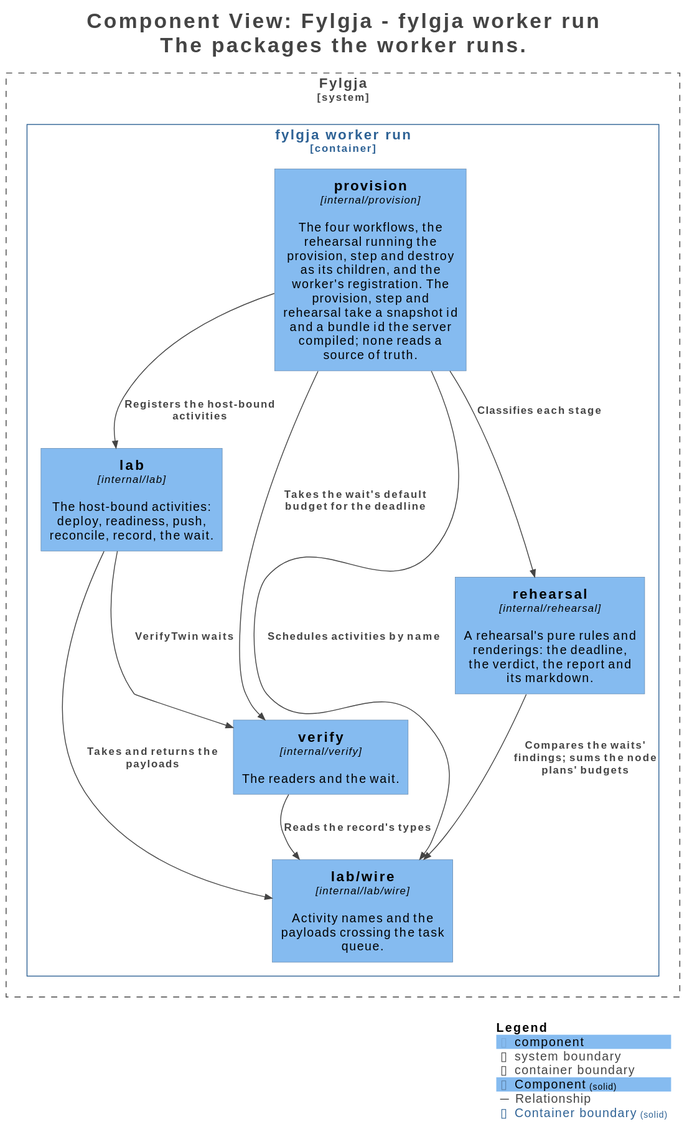
Before: docs/c4/structurizr-WorkerComponents.svg, a diagram exported from PlantUML (happypathnetworking/fylgja).
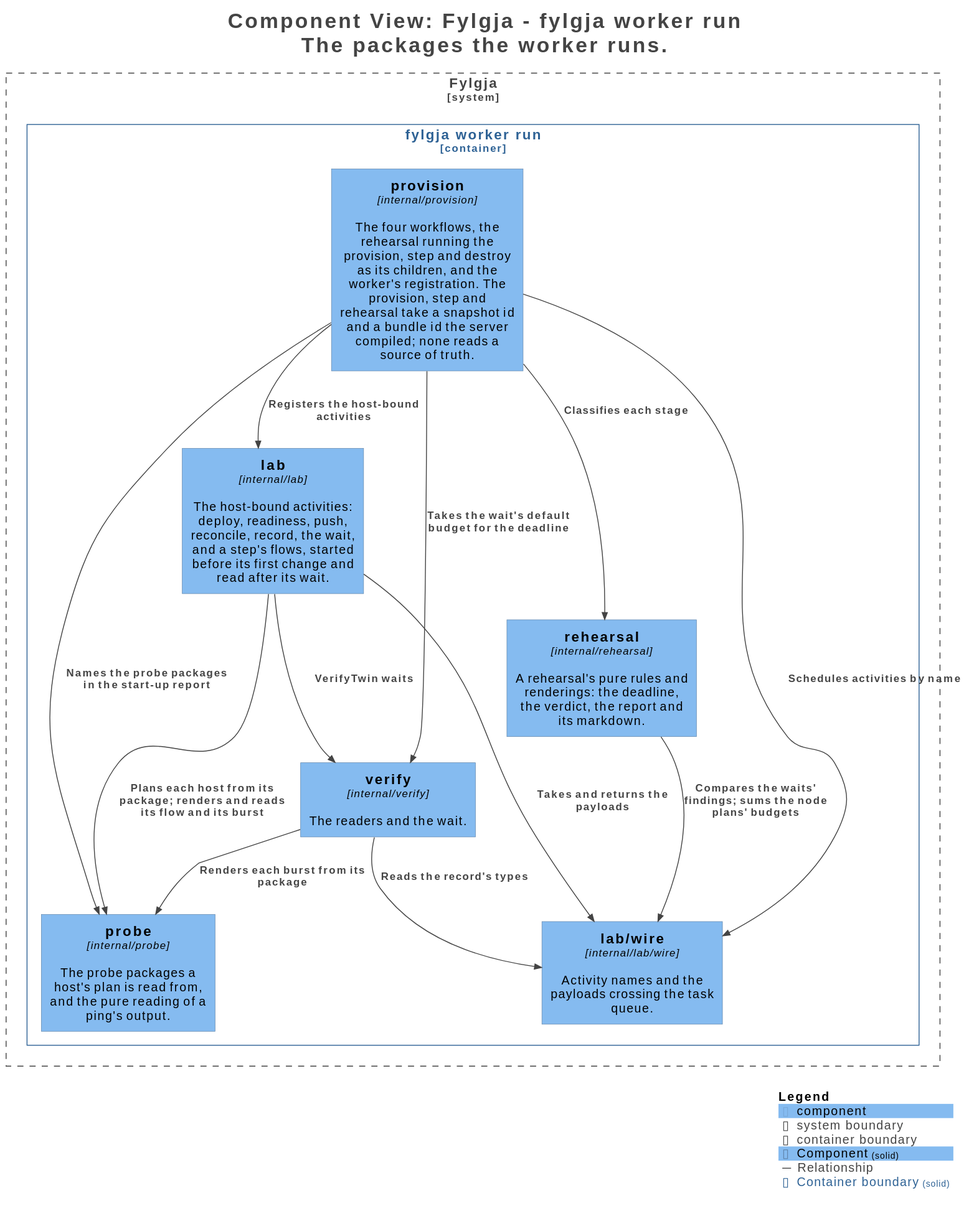
After the commit.

The edit, as a diff of the source:
```diff
@@ -24,22 +24,26 @@
 System_Boundary("Fylgja_boundary", "Fylgja", $tags="Software System") {
   Container_Boundary("Fylgja.fylgjaworkerrun_boundary", "fylgja worker run", $tags="Container") {
     Component(Fylgja.fylgjaworkerrun.provision, "provision", $techn="internal/provision", $descr="The four workflows, the rehearsal running the provision, step and destroy as its children, and the worker's registration. The provision, step and rehearsal take a snapshot id and a bundle id the server compiled; none reads a source of truth.", $tags="Component", $link="")
-    Component(Fylgja.fylgjaworkerrun.lab, "lab", $techn="internal/lab", $descr="The host-bound activities: deploy, readiness, push, reconcile, record, the wait.", $tags="Component", $link="")
+    Component(Fylgja.fylgjaworkerrun.lab, "lab", $techn="internal/lab", $descr="The host-bound activities: deploy, readiness, push, reconcile, record, the wait, and a step's flows, started before its first change and read after its wait.", $tags="Component", $link="")
     Component(Fylgja.fylgjaworkerrun.verify, "verify", $techn="internal/verify", $descr="The readers and the wait.", $tags="Component", $link="")
     Component(Fylgja.fylgjaworkerrun.labwire, "lab/wire", $techn="internal/lab/wire", $descr="Activity names and the payloads crossing the task queue.", $tags="Component", $link="")
+    Component(Fylgja.fylgjaworkerrun.probe, "probe", $techn="internal/probe", $descr="The probe packages a host's plan is read from, and the pure reading of a ping's output.", $tags="Component", $link="")
     Component(Fylgja.fylgjaworkerrun.rehearsal, "rehearsal", $techn="internal/rehearsal", $descr="A rehearsal's pure rules and renderings: the deadline, the verdict, the report and its markdown.", $tags="Component", $link="")
   }
 
 }
 
+Rel(Fylgja.fylgjaworkerrun.provision, Fylgja.fylgjaworkerrun.labwire, "Schedules activities by name", $techn="", $tags="Relationship", $link="")
+Rel(Fylgja.fylgjaworkerrun.provision, Fylgja.fylgjaworkerrun.lab, "Registers the host-bound activities", $techn="", $tags="Relationship", $link="")
 Rel(Fylgja.fylgjaworkerrun.provision, Fylgja.fylgjaworkerrun.rehearsal, "Classifies each stage", $techn="", $tags="Relationship", $link="")
 Rel(Fylgja.fylgjaworkerrun.provision, Fylgja.fylgjaworkerrun.verify, "Takes the wait's default budget for the deadline", $techn="", $tags="Relationship", $link="")
 Rel(Fylgja.fylgjaworkerrun.lab, Fylgja.fylgjaworkerrun.labwire, "Takes and returns the payloads", $techn="", $tags="Relationship", $link="")
 Rel(Fylgja.fylgjaworkerrun.lab, Fylgja.fylgjaworkerrun.verify, "VerifyTwin waits", $techn="", $tags="Relationship", $link="")
 Rel(Fylgja.fylgjaworkerrun.verify, Fylgja.fylgjaworkerrun.labwire, "Reads the record's types", $techn="", $tags="Relationship", $link="")
+Rel(Fylgja.fylgjaworkerrun.verify, Fylgja.fylgjaworkerrun.probe, "Renders each burst from its package", $techn="", $tags="Relationship", $link="")
+Rel(Fylgja.fylgjaworkerrun.lab, Fylgja.fylgjaworkerrun.probe, "Plans each host from its package; renders and reads its flow and its burst", $techn="", $tags="Relationship", $link="")
+Rel(Fylgja.fylgjaworkerrun.provision, Fylgja.fylgjaworkerrun.probe, "Names the probe packages in the start-up report", $techn="", $tags="Relationship", $link="")
 Rel(Fylgja.fylgjaworkerrun.rehearsal, Fylgja.fylgjaworkerrun.labwire, "Compares the waits' findings; sums the node plans' budgets", $techn="", $tags="Relationship", $link="")
-Rel(Fylgja.fylgjaworkerrun.provision, Fylgja.fylgjaworkerrun.labwire, "Schedules activities by name", $techn="", $tags="Relationship", $link="")
-Rel(Fylgja.fylgjaworkerrun.provision, Fylgja.fylgjaworkerrun.lab, "Registers the host-bound activities", $techn="", $tags="Relationship", $link="")
 
 SHOW_LEGEND(true)
 hide stereotypes
```
